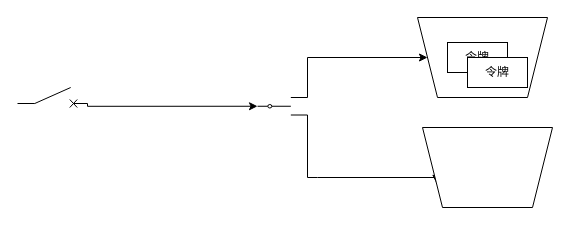
This is 令牌桶.drawio from anxufeng007/hello-world, a draw.io file, before an edit. Source tidied: cells renumbered, new cells numbered last; positions are measured from the earlier drawing's top-left corner, leaving out a move shared by most shapes. Both pictures are drawn from the tidied source at 100%, with x=0, y=0 at pixel (17, 17).
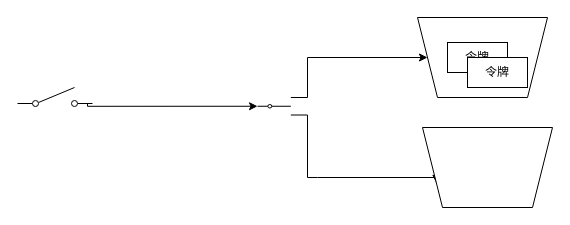
The same diagram, later.

Diff of the diagram source:
```diff
@@
 <mxGraphModel background="#ffffff">
   <root>
     <mxCell id="0" />
     <mxCell id="1" parent="0" />
     <mxCell id="2" style="edgeStyle=orthogonalEdgeStyle;rounded=0;jettySize=auto;html=1;exitX=1;exitY=1;exitDx=0;exitDy=0;exitPerimeter=0;entryX=1;entryY=0.25;entryDx=0;entryDy=0;" parent="1" edge="1" source="4" target="8">
       <mxGeometry relative="1" as="geometry">
         <Array as="points">
           <mxPoint x="300" y="160" />
           <mxPoint x="523" y="160" />
         </Array>
       </mxGeometry>
     </mxCell>
     <mxCell id="3" style="edgeStyle=orthogonalEdgeStyle;rounded=0;jettySize=auto;html=1;exitX=1;exitY=0;exitDx=0;exitDy=0;exitPerimeter=0;" parent="1" edge="1" source="4" target="5">
       <mxGeometry relative="1" as="geometry" />
     </mxCell>
     <mxCell id="4" style="verticalLabelPosition=bottom;shadow=0;dashed=0;align=center;html=1;verticalAlign=top;shape=mxgraph.electrical.electro-mechanical.two_way_contact;" parent="1" vertex="1">
       <mxGeometry x="240" y="80" width="50" height="17.5" as="geometry" />
     </mxCell>
     <mxCell id="5" style="shape=trapezoid;perimeter=trapezoidPerimeter;whiteSpace=wrap;html=1;fixedSize=1;rotation=-180;" parent="1" vertex="1">
       <mxGeometry x="400" width="130" height="80" as="geometry" />
     </mxCell>
     <mxCell id="6" value="令牌" style="rounded=0;whiteSpace=wrap;html=1;" parent="1" vertex="1">
       <mxGeometry x="430" y="25" width="60" height="30" as="geometry" />
     </mxCell>
     <mxCell id="7" value="令牌" style="rounded=0;whiteSpace=wrap;html=1;" parent="1" vertex="1">
       <mxGeometry x="450" y="40" width="60" height="30" as="geometry" />
     </mxCell>
     <mxCell id="8" style="shape=trapezoid;perimeter=trapezoidPerimeter;whiteSpace=wrap;html=1;fixedSize=1;rotation=-180;" parent="1" vertex="1">
       <mxGeometry x="405" y="110" width="130" height="80" as="geometry" />
     </mxCell>
-    <mxCell id="9" style="edgeStyle=orthogonalEdgeStyle;rounded=0;jettySize=auto;html=1;entryX=0;entryY=0.5;entryDx=0;entryDy=0;entryPerimeter=0;exitX=1;exitY=0.8;exitDx=0;exitDy=0;exitPerimeter=0;" parent="1" edge="1" source="10" target="4">
+    <mxCell id="9" style="edgeStyle=orthogonalEdgeStyle;rounded=0;jettySize=auto;html=1;entryX=0;entryY=0.5;entryDx=0;entryDy=0;entryPerimeter=0;exitX=1;exitY=0.8;exitDx=0;exitDy=0;exitPerimeter=0;" parent="1" edge="1" target="4">
       <mxGeometry relative="1" as="geometry">
+        <mxPoint x="70" y="86" as="sourcePoint" />
         <Array as="points">
           <mxPoint x="70" y="89" />
         </Array>
       </mxGeometry>
     </mxCell>
-    <mxCell id="10" style="verticalLabelPosition=bottom;shadow=0;dashed=0;align=center;html=1;verticalAlign=top;shape=mxgraph.electrical.electro-mechanical.circuit_breaker;" parent="1" vertex="1">
-      <mxGeometry y="70" width="70" height="20" as="geometry" />
-    </mxCell>
+    <mxCell id="11" style="verticalLabelPosition=bottom;shadow=0;dashed=0;align=center;html=1;verticalAlign=top;shape=mxgraph.electrical.electro-mechanical.simple_switch;" parent="1" vertex="1">
+      <mxGeometry y="70" width="75" height="19" as="geometry" />
+    </mxCell>
   </root>
 </mxGraphModel>
```
